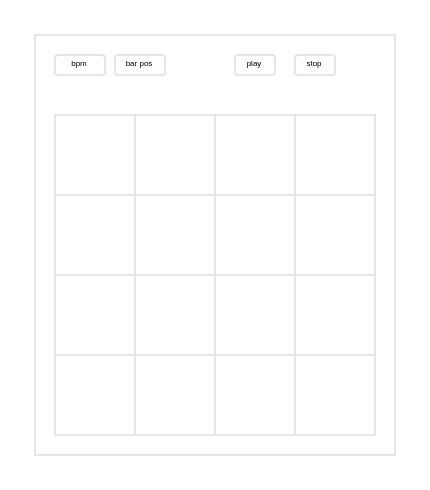
Earlier version of the draw.io diagram set-player.drawio (styk-tv/draw-io). Source tidied: cells renumbered, new cells numbered last; positions are measured from the earlier drawing's top-left corner, leaving out a move shared by most shapes. Both pictures are drawn from the tidied source at 200%, with x=0, y=0 at pixel (34, 34).
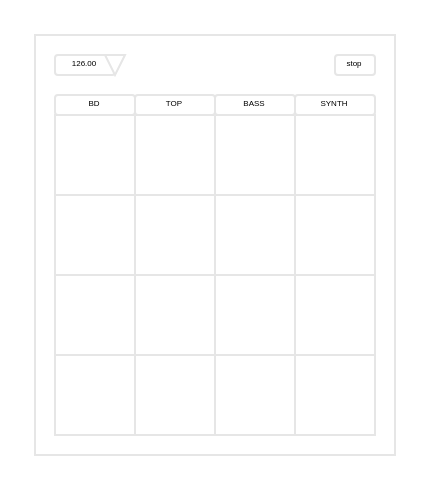
After the change.

What changed in the source:
```diff
@@
-    <mxCell id="3" value="play" style="rounded=1;whiteSpace=wrap;html=1;strokeColor=#E6E6E6;strokeWidth=1;fontSize=4;" parent="1" vertex="1">
-      <mxGeometry x="100" y="10" width="20" height="10" as="geometry" />
-    </mxCell>
-    <mxCell id="4" value="bpm" style="rounded=1;whiteSpace=wrap;html=1;strokeColor=#E6E6E6;strokeWidth=1;fontSize=4;" parent="1" vertex="1">
-      <mxGeometry x="10" y="10" width="25" height="10" as="geometry" />
+    <mxCell id="4" value="126.00" style="rounded=1;whiteSpace=wrap;html=1;strokeColor=#E6E6E6;strokeWidth=1;fontSize=4;" parent="1" vertex="1">
+      <mxGeometry x="10" y="10" width="30" height="10" as="geometry" />
     </mxCell>
-    <mxCell id="5" value="bar pos" style="rounded=1;whiteSpace=wrap;html=1;strokeColor=#E6E6E6;strokeWidth=1;fontSize=4;" parent="1" vertex="1">
-      <mxGeometry x="40" y="10" width="25" height="10" as="geometry" />
-    </mxCell>
     <mxCell id="6" value="stop" style="rounded=1;whiteSpace=wrap;html=1;strokeColor=#E6E6E6;strokeWidth=1;fontSize=4;" parent="1" vertex="1">
-      <mxGeometry x="130" y="10" width="20" height="10" as="geometry" />
+      <mxGeometry x="150" y="10" width="20" height="10" as="geometry" />
     </mxCell>
@@
+    <mxCell id="23" style="triangle;whiteSpace=wrap;html=1;strokeColor=#E6E6E6;strokeWidth=1;fontSize=4;rotation=90;" parent="1" vertex="1">
+      <mxGeometry x="35" y="10" width="10" height="10" as="geometry" />
+    </mxCell>
+    <mxCell id="24" value="BD" style="rounded=1;whiteSpace=wrap;html=1;strokeColor=#E6E6E6;strokeWidth=1;fontSize=4;" parent="1" vertex="1">
+      <mxGeometry x="10" y="30" width="40" height="10" as="geometry" />
+    </mxCell>
+    <mxCell id="25" value="SYNTH" style="rounded=1;whiteSpace=wrap;html=1;strokeColor=#E6E6E6;strokeWidth=1;fontSize=4;" parent="1" vertex="1">
+      <mxGeometry x="130" y="30" width="40" height="10" as="geometry" />
+    </mxCell>
+    <mxCell id="26" value="TOP" style="rounded=1;whiteSpace=wrap;html=1;strokeColor=#E6E6E6;strokeWidth=1;fontSize=4;" parent="1" vertex="1">
+      <mxGeometry x="50" y="30" width="40" height="10" as="geometry" />
+    </mxCell>
+    <mxCell id="27" value="BASS" style="rounded=1;whiteSpace=wrap;html=1;strokeColor=#E6E6E6;strokeWidth=1;fontSize=4;" parent="1" vertex="1">
+      <mxGeometry x="90" y="30" width="40" height="10" as="geometry" />
+    </mxCell>
```
